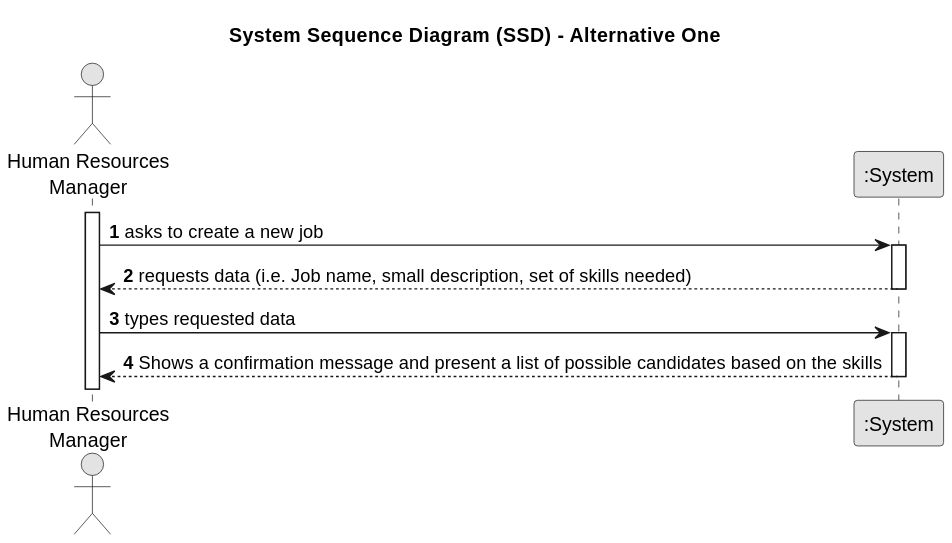
Before: docs/sprintB/us002/01.requirements-engineering/svg/us002-system-sequence-diagram-alternative-one.svg, a diagram exported from PlantUML (Departamento-de-Engenharia-Informatica/lei-24-s2-1dl-g121). Its diagram source:
```plantuml
@startuml
skinparam monochrome true
skinparam packageStyle rectangle
skinparam shadowing false

title System Sequence Diagram (SSD) - Alternative One

autonumber

actor "Human Resources\nManager" as Employee
participant ":System" as System

activate Employee

    Employee -> System : asks to create a new job
    activate System

        System --> Employee : requests data (i.e. Job name, small description, set of skills needed)
    deactivate System

    Employee -> System : types requested data
    activate System

        System --> Employee : Shows a confirmation message and present a list of possible candidates based on the skills
    deactivate System
@enduml
```
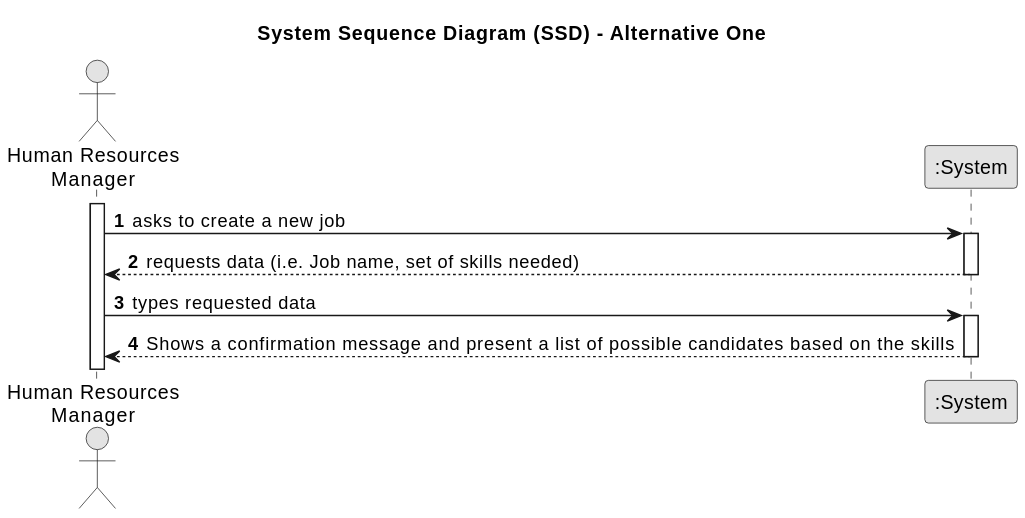
Above is the later version.

The edit, as a diff of the source:
```diff
@@ -15,7 +15,7 @@
     Employee -> System : asks to create a new job
     activate System
 
-        System --> Employee : requests data (i.e. Job name, small description, set of skills needed)
+        System --> Employee : requests data (i.e. Job name, set of skills needed)
     deactivate System
 
     Employee -> System : types requested data
```
